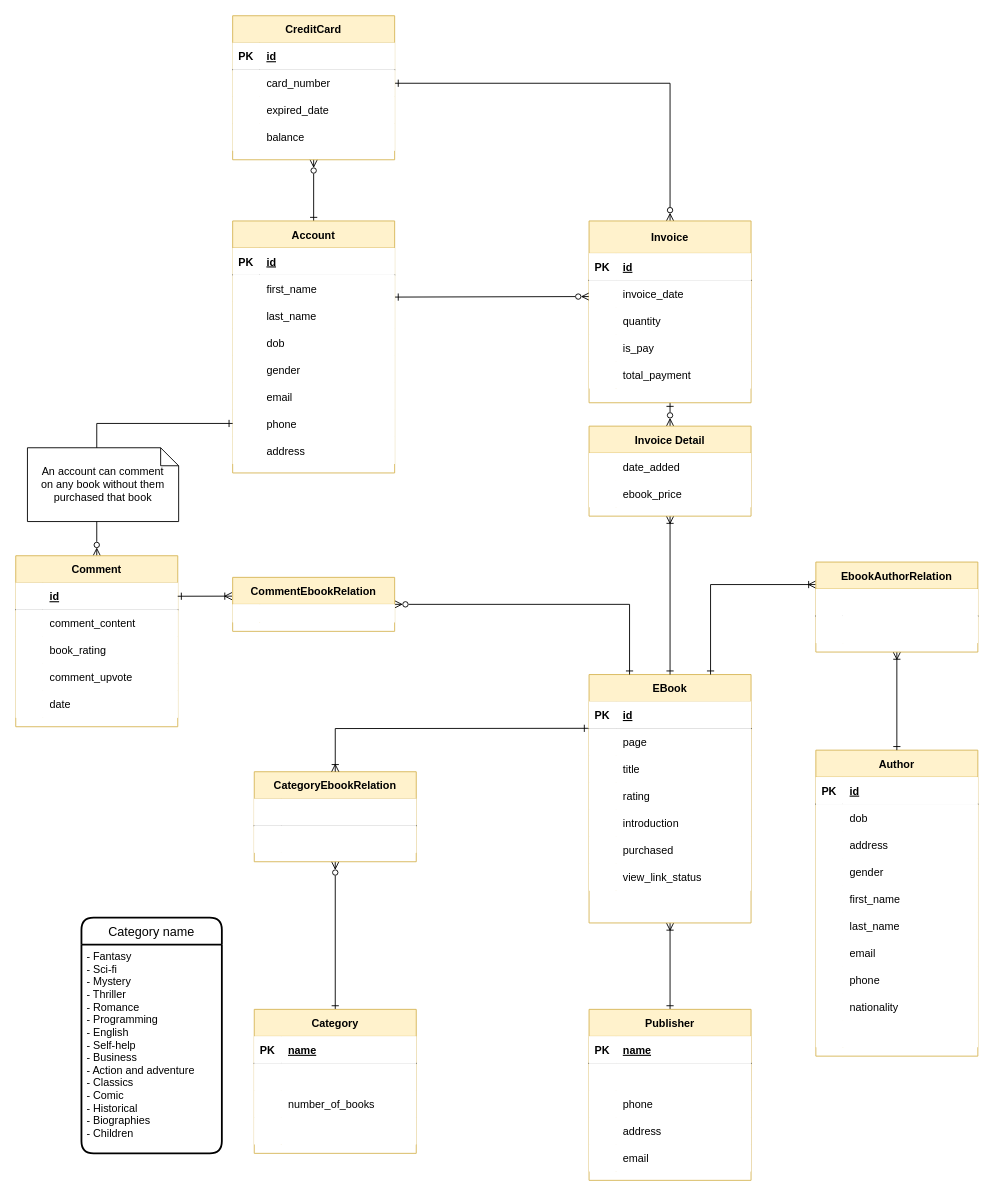
Above: SourceCode/Postgres/Query/ERD/Drawio/SellingBookOnline.drawio in TongVu/Axon (draw.io), before the change. Source tidied: cells renumbered, new cells numbered last; positions are measured from the earlier drawing's top-left corner, leaving out a move shared by most shapes. Both pictures are drawn from the tidied source at 90%, with x=0, y=0 at pixel (15, 15).
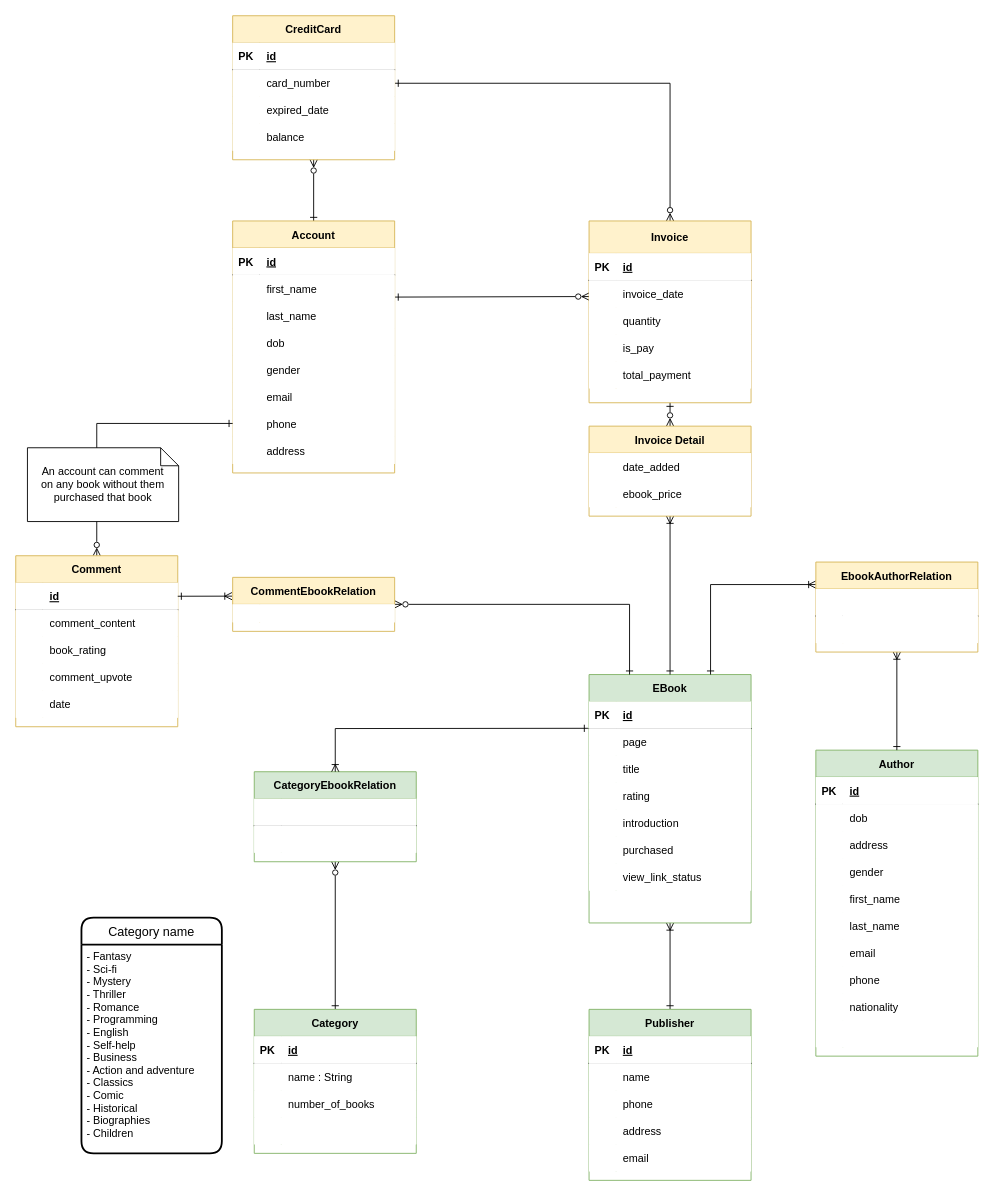
Above is the later version.

The change refers to these unchanged cells:
```xml
<mxCell id="102" style="shape=tableRow;horizontal=0;startSize=0;swimlaneHead=0;swimlaneBody=0;top=0;left=0;right=0;bottom=1;" parent="101" vertex="1">
  <mxGeometry y="30" width="180" height="30" as="geometry" />
</mxCell>
<mxCell id="105" style="shape=tableRow;horizontal=0;startSize=0;swimlaneHead=0;swimlaneBody=0;top=0;left=0;right=0;bottom=0;" parent="101" vertex="1">
  <mxGeometry y="60" width="180" height="30" as="geometry" />
</mxCell>
<mxCell id="119" style="shape=tableRow;horizontal=0;startSize=0;swimlaneHead=0;swimlaneBody=0;top=0;left=0;right=0;bottom=1;" parent="118" vertex="1">
  <mxGeometry y="30" width="180" height="30" as="geometry" />
</mxCell>
<mxCell id="122" style="shape=tableRow;horizontal=0;startSize=0;swimlaneHead=0;swimlaneBody=0;top=0;left=0;right=0;bottom=0;" parent="118" vertex="1">
  <mxGeometry y="60" width="180" height="30" as="geometry" />
</mxCell>
```

Change to the diagram source:
```diff
@@
-    <mxCell id="3" value="EBook" style="shape=table;startSize=30;childLayout=tableLayout;rowLines=0;fontStyle=1;align=center;fillColor=#fff2cc;strokeColor=#d6b656;" parent="1" vertex="1">
+    <mxCell id="3" value="EBook" style="shape=table;startSize=30;childLayout=tableLayout;rowLines=0;fontStyle=1;align=center;fillColor=#d5e8d4;strokeColor=#82b366;" parent="1" vertex="1">
       <mxGeometry x="637" y="732" width="180" height="276" as="geometry" />
     </mxCell>
@@
-    <mxCell id="52" value="Author" style="shape=table;startSize=30;childLayout=tableLayout;rowLines=0;fontStyle=1;align=center;fillColor=#fff2cc;strokeColor=#d6b656;" parent="1" vertex="1">
+    <mxCell id="52" value="Author" style="shape=table;startSize=30;childLayout=tableLayout;rowLines=0;fontStyle=1;align=center;fillColor=#d5e8d4;strokeColor=#82b366;" parent="1" vertex="1">
       <mxGeometry x="889" y="816" width="180" height="340" as="geometry" />
     </mxCell>
@@
-    <mxCell id="101" value="Publisher" style="shape=table;startSize=30;childLayout=tableLayout;rowLines=0;fontStyle=1;align=center;fillColor=#fff2cc;strokeColor=#d6b656;" parent="1" vertex="1">
+    <mxCell id="101" value="Publisher" style="shape=table;startSize=30;childLayout=tableLayout;rowLines=0;fontStyle=1;align=center;fillColor=#d5e8d4;strokeColor=#82b366;" parent="1" vertex="1">
       <mxGeometry x="637" y="1104" width="180" height="190" as="geometry" />
     </mxCell>
@@
-    <mxCell id="104" value="name" style="shape=partialRectangle;top=0;left=0;bottom=0;right=0;align=left;spacingLeft=6;fontStyle=5;overflow=hidden;" parent="102" vertex="1">
+    <mxCell id="104" value="id" style="shape=partialRectangle;top=0;left=0;bottom=0;right=0;align=left;spacingLeft=6;fontStyle=5;overflow=hidden;" parent="102" vertex="1">
       <mxGeometry x="30" width="150" height="30" as="geometry" />
     </mxCell>
@@
-    <mxCell id="107" style="shape=partialRectangle;top=0;left=0;bottom=0;right=0;align=left;spacingLeft=6;overflow=hidden;" parent="105" vertex="1">
+    <mxCell id="107" value="name" style="shape=partialRectangle;top=0;left=0;bottom=0;right=0;align=left;spacingLeft=6;overflow=hidden;" parent="105" vertex="1">
       <mxGeometry x="30" width="150" height="30" as="geometry" />
     </mxCell>
@@
-    <mxCell id="118" value="Category" style="shape=table;startSize=30;childLayout=tableLayout;rowLines=0;fontStyle=1;align=center;fillColor=#fff2cc;strokeColor=#d6b656;" parent="1" vertex="1">
+    <mxCell id="118" value="Category" style="shape=table;startSize=30;childLayout=tableLayout;rowLines=0;fontStyle=1;align=center;fillColor=#d5e8d4;strokeColor=#82b366;" parent="1" vertex="1">
       <mxGeometry x="265" y="1104" width="180" height="160" as="geometry" />
     </mxCell>
@@
-    <mxCell id="121" value="name" style="shape=partialRectangle;top=0;left=0;bottom=0;right=0;align=left;spacingLeft=6;fontStyle=5;overflow=hidden;" parent="119" vertex="1">
+    <mxCell id="121" value="id" style="shape=partialRectangle;top=0;left=0;bottom=0;right=0;align=left;spacingLeft=6;fontStyle=5;overflow=hidden;" parent="119" vertex="1">
       <mxGeometry x="30" width="150" height="30" as="geometry" />
     </mxCell>
@@
-    <mxCell id="124" style="shape=partialRectangle;top=0;left=0;bottom=0;right=0;align=left;spacingLeft=6;overflow=hidden;" parent="122" vertex="1">
+    <mxCell id="124" value="name : String" style="shape=partialRectangle;top=0;left=0;bottom=0;right=0;align=left;spacingLeft=6;overflow=hidden;" parent="122" vertex="1">
       <mxGeometry x="30" width="150" height="30" as="geometry" />
     </mxCell>
@@
-    <mxCell id="144" value="CategoryEbookRelation" style="shape=table;startSize=30;childLayout=tableLayout;rowLines=0;fontStyle=1;align=center;fillColor=#fff2cc;strokeColor=#d6b656;" parent="1" vertex="1">
+    <mxCell id="144" value="CategoryEbookRelation" style="shape=table;startSize=30;childLayout=tableLayout;rowLines=0;fontStyle=1;align=center;fillColor=#d5e8d4;strokeColor=#82b366;" parent="1" vertex="1">
       <mxGeometry x="265" y="840" width="180" height="100" as="geometry" />
     </mxCell>
```
